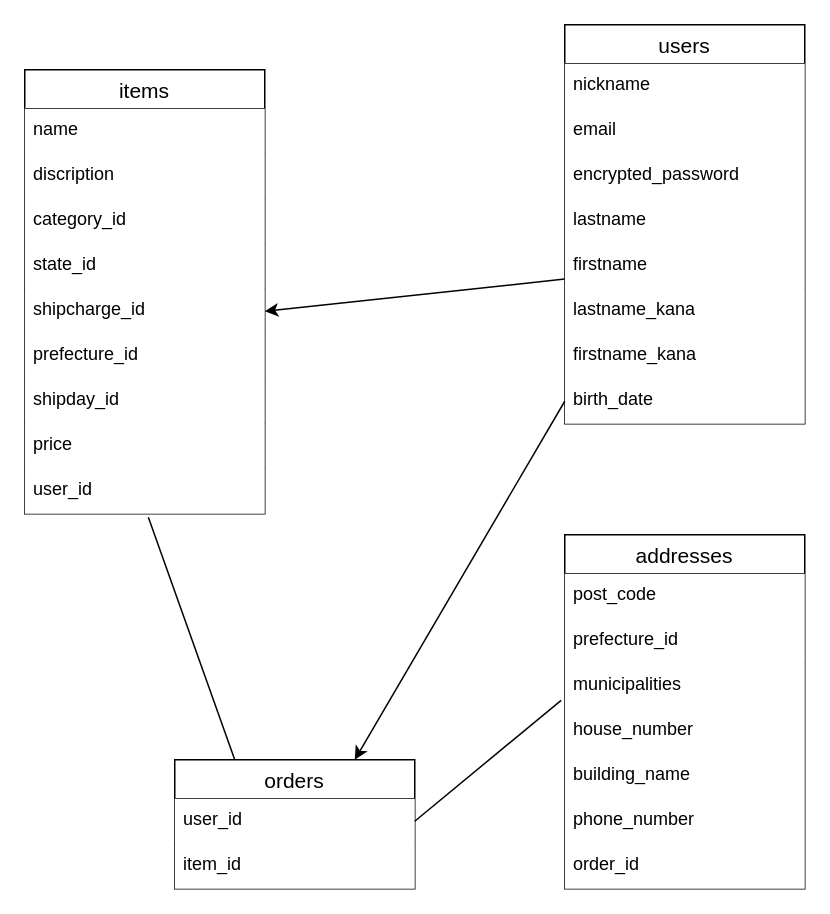
The draw.io diagram ER.dio in shuhei61/furima-39476, before the edit. Source tidied: cells renumbered, new cells numbered last; positions are measured from the earlier drawing's top-left corner, leaving out a move shared by most shapes. Both pictures are drawn from the tidied source at 150%, with x=0, y=0 at pixel (24, 24).
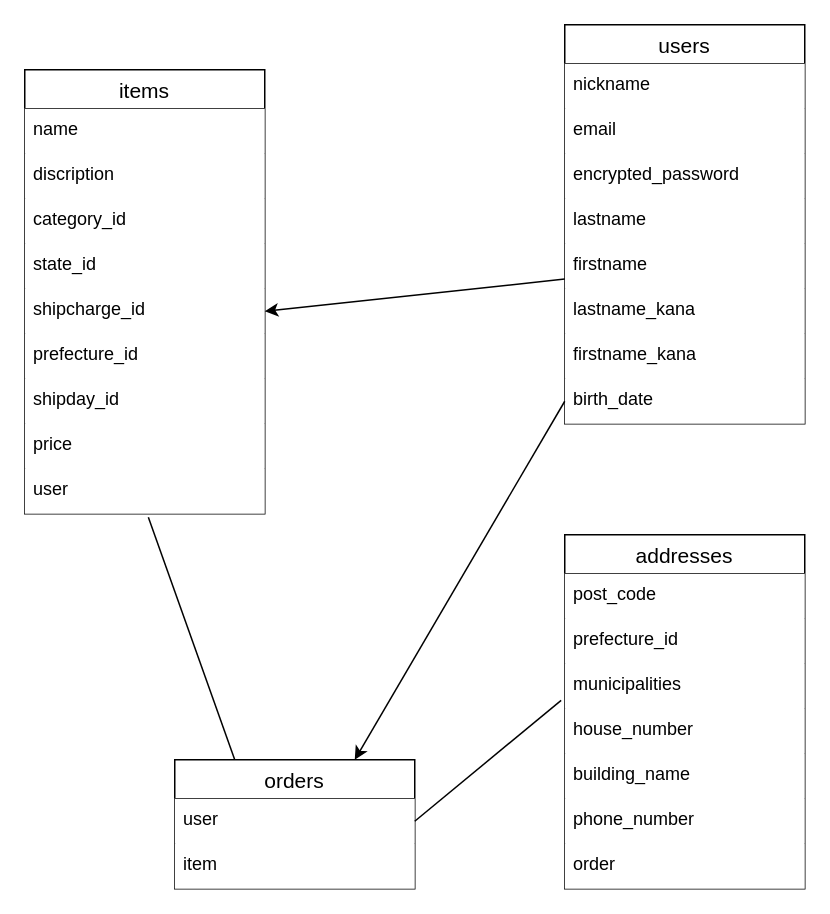
Above is the later version.

The change refers to these unchanged cells:
```xml
<mxCell id="11" value="addresses" style="swimlane;fontStyle=0;horizontal=1;startSize=26;align=center;fontSize=14;" parent="1" vertex="1">
  <mxGeometry x="360" y="340" width="160" height="236" as="geometry" />
</mxCell>
<mxCell id="19" value="items" style="swimlane;fontStyle=0;horizontal=1;startSize=26;align=center;fontSize=14;" parent="1" vertex="1">
  <mxGeometry y="30" width="160" height="296" as="geometry" />
</mxCell>
<mxCell id="30" value="orders" style="swimlane;fontStyle=0;horizontal=1;startSize=26;align=center;fontSize=14;" parent="1" vertex="1">
  <mxGeometry x="100" y="490" width="160" height="86" as="geometry" />
</mxCell>
```

What changed in the source:
```diff
@@
-    <mxCell id="18" value="order_id" style="text;strokeColor=none;fillColor=default;spacingLeft=4;spacingRight=4;overflow=hidden;fontSize=12;" parent="11" vertex="1">
+    <mxCell id="18" value="order" style="text;strokeColor=none;fillColor=default;spacingLeft=4;spacingRight=4;overflow=hidden;fontSize=12;" parent="11" vertex="1">
       <mxGeometry y="206" width="160" height="30" as="geometry" />
     </mxCell>
@@
-    <mxCell id="28" value="user_id" style="text;strokeColor=none;fillColor=default;spacingLeft=4;spacingRight=4;overflow=hidden;points=[[0,0.5],[1,0.5]];portConstraint=eastwest;fontSize=12;" parent="19" vertex="1">
+    <mxCell id="28" value="user" style="text;strokeColor=none;fillColor=default;spacingLeft=4;spacingRight=4;overflow=hidden;points=[[0,0.5],[1,0.5]];portConstraint=eastwest;fontSize=12;" parent="19" vertex="1">
       <mxGeometry y="266" width="160" height="30" as="geometry" />
     </mxCell>
@@
-    <mxCell id="31" value="user_id" style="text;strokeColor=none;fillColor=default;spacingLeft=4;spacingRight=4;overflow=hidden;fontSize=12;" parent="30" vertex="1">
+    <mxCell id="31" value="user" style="text;strokeColor=none;fillColor=default;spacingLeft=4;spacingRight=4;overflow=hidden;fontSize=12;" parent="30" vertex="1">
       <mxGeometry y="26" width="160" height="30" as="geometry" />
     </mxCell>
-    <mxCell id="32" value="item_id" style="text;strokeColor=none;fillColor=default;spacingLeft=4;spacingRight=4;overflow=hidden;fontSize=12;" parent="30" vertex="1">
+    <mxCell id="32" value="item" style="text;strokeColor=none;fillColor=default;spacingLeft=4;spacingRight=4;overflow=hidden;fontSize=12;" parent="30" vertex="1">
       <mxGeometry y="56" width="160" height="30" as="geometry" />
     </mxCell>
```
